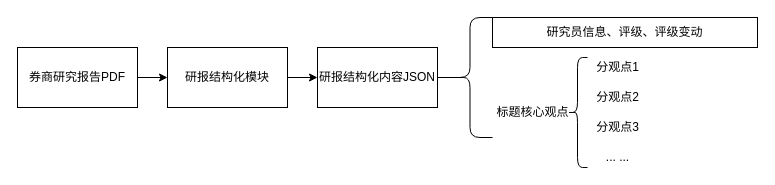
Before: tupian/研报结构化功能.drawio in JJFatherL/biyesheji, a draw.io diagram. Source tidied: cells renumbered, new cells numbered last; positions are measured from the earlier drawing's top-left corner, leaving out a move shared by most shapes. Both pictures are drawn from the tidied source at 100%, with x=0, y=0 at pixel (17, 17).
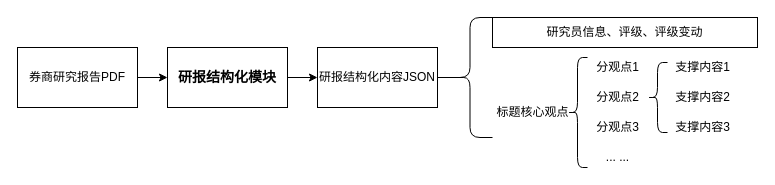
After the change.

Commit message (it also covers changes not shown here):
更新研报结构化功能.drawio

Change to the diagram source:
```diff
@@
 <mxGraphModel>
   <root>
     <mxCell id="0" />
     <mxCell id="1" parent="0" />
     <mxCell id="2" style="edgeStyle=orthogonalEdgeStyle;rounded=0;jettySize=auto;html=1;exitX=1;exitY=0.5;exitDx=0;exitDy=0;entryX=0;entryY=0.5;entryDx=0;entryDy=0;" parent="1" edge="1" source="3" target="9">
       <mxGeometry relative="1" as="geometry" />
     </mxCell>
-    <mxCell id="3" value="研报结构化模块" style="rounded=0;whiteSpace=wrap;html=1;" parent="1" vertex="1">
+    <mxCell id="3" value="&lt;b&gt;&lt;font style=&quot;font-size: 14px&quot;&gt;研报结构化模块&lt;/font&gt;&lt;/b&gt;" style="rounded=0;whiteSpace=wrap;html=1;" parent="1" vertex="1">
       <mxGeometry x="150" y="30" width="120" height="60" as="geometry" />
     </mxCell>
     <mxCell id="4" style="edgeStyle=orthogonalEdgeStyle;rounded=0;jettySize=auto;html=1;exitX=1;exitY=0.5;exitDx=0;exitDy=0;entryX=0;entryY=0.5;entryDx=0;entryDy=0;" parent="1" edge="1" source="5" target="3">
       <mxGeometry relative="1" as="geometry" />
     </mxCell>
     <mxCell id="5" value="券商研究报告PDF" style="rounded=0;whiteSpace=wrap;html=1;" parent="1" vertex="1">
       <mxGeometry y="30" width="120" height="60" as="geometry" />
     </mxCell>
     <mxCell id="6" value="研究员信息、评级、评级变动" style="rounded=0;whiteSpace=wrap;html=1;" parent="1" vertex="1">
       <mxGeometry x="475" width="265" height="30" as="geometry" />
     </mxCell>
     <mxCell id="7" style="shape=curlyBracket;whiteSpace=wrap;html=1;rounded=1;" parent="1" vertex="1">
       <mxGeometry x="430" width="45" height="120" as="geometry" />
     </mxCell>
     <mxCell id="8" style="edgeStyle=orthogonalEdgeStyle;rounded=0;jettySize=auto;html=1;exitX=1;exitY=0.5;exitDx=0;exitDy=0;entryX=0.222;entryY=0.5;entryDx=0;entryDy=0;entryPerimeter=0;endArrow=none;endFill=0;" parent="1" edge="1" source="9" target="7">
       <mxGeometry relative="1" as="geometry" />
     </mxCell>
     <mxCell id="9" value="研报结构化内容JSON" style="rounded=0;whiteSpace=wrap;html=1;" parent="1" vertex="1">
       <mxGeometry x="300" y="30" width="120" height="60" as="geometry" />
     </mxCell>
     <mxCell id="10" value="标题核心观点" style="text;html=1;align=center;verticalAlign=middle;" parent="1" vertex="1">
       <mxGeometry x="470" y="85" width="90" height="20" as="geometry" />
     </mxCell>
     <mxCell id="11" style="shape=curlyBracket;whiteSpace=wrap;html=1;rounded=1;size=0.5;" parent="1" vertex="1">
       <mxGeometry x="550" y="40" width="20" height="110" as="geometry" />
     </mxCell>
     <mxCell id="12" value="分观点1" style="text;html=1;align=center;verticalAlign=middle;" parent="1" vertex="1">
       <mxGeometry x="570" y="40" width="60" height="20" as="geometry" />
     </mxCell>
     <mxCell id="13" value="分观点2" style="text;html=1;align=center;verticalAlign=middle;" parent="1" vertex="1">
       <mxGeometry x="570" y="70" width="60" height="20" as="geometry" />
     </mxCell>
     <mxCell id="14" value="分观点3" style="text;html=1;align=center;verticalAlign=middle;" parent="1" vertex="1">
       <mxGeometry x="570" y="100" width="60" height="20" as="geometry" />
     </mxCell>
     <mxCell id="15" value="... ..." style="text;html=1;align=center;verticalAlign=middle;" parent="1" vertex="1">
       <mxGeometry x="580" y="130" width="40" height="20" as="geometry" />
     </mxCell>
+    <mxCell id="16" style="shape=curlyBracket;whiteSpace=wrap;html=1;rounded=1;size=0.5;" parent="1" vertex="1">
+      <mxGeometry x="630" y="45" width="20" height="70" as="geometry" />
+    </mxCell>
+    <mxCell id="17" value="支撑内容1" style="text;html=1;align=center;verticalAlign=middle;" parent="1" vertex="1">
+      <mxGeometry x="650" y="40" width="70" height="20" as="geometry" />
+    </mxCell>
+    <mxCell id="18" value="支撑内容2" style="text;html=1;align=center;verticalAlign=middle;" parent="1" vertex="1">
+      <mxGeometry x="650" y="70" width="70" height="20" as="geometry" />
+    </mxCell>
+    <mxCell id="19" value="支撑内容3" style="text;html=1;align=center;verticalAlign=middle;" parent="1" vertex="1">
+      <mxGeometry x="650" y="100" width="70" height="20" as="geometry" />
+    </mxCell>
   </root>
 </mxGraphModel>
```
